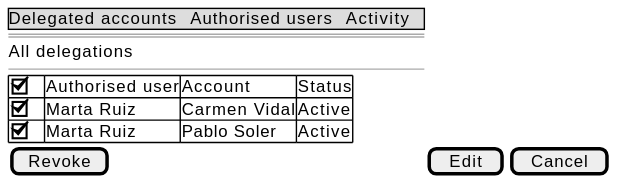
didactika/moodle-local_delegateaccount keeps this PlantUML diagram as docs/en/technical/requirements/use-cases/revokeDelegations/wireframes.svg. Above is the earlier version. The source it was exported from:
```plantuml
@startsalt
{
  {* Delegated accounts | Authorised users | Activity }
  ==
  All delegations
  --
  {#
    [X] | Authorised user | Account | Status
    [X] | Marta Ruiz | Carmen Vidal | Active
    [X] | Marta Ruiz | Pablo Soler | Active
  }
  [ Revoke ] | [ Edit ] | [ Cancel ]
}
@endsalt
```
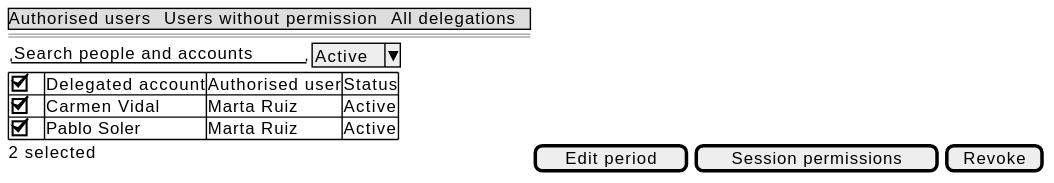
The same diagram one commit later.

Change to the diagram source:
```diff
@@ -1,14 +1,13 @@
 @startsalt
 {
-  {* Delegated accounts | Authorised users | Activity }
+  {* Authorised users | Users without permission | All delegations }
   ==
-  All delegations
-  --
+  { "Search people and accounts" | ^Active^ }
   {#
-    [X] | Authorised user | Account | Status
-    [X] | Marta Ruiz | Carmen Vidal | Active
-    [X] | Marta Ruiz | Pablo Soler | Active
+    [X] | Delegated account | Authorised user | Status
+    [X] | Carmen Vidal | Marta Ruiz | Active
+    [X] | Pablo Soler | Marta Ruiz | Active
   }
-  [ Revoke ] | [ Edit ] | [ Cancel ]
+  2 selected | [ Edit period ] | [ Session permissions ] | [ Revoke ]
 }
 @endsalt
```
